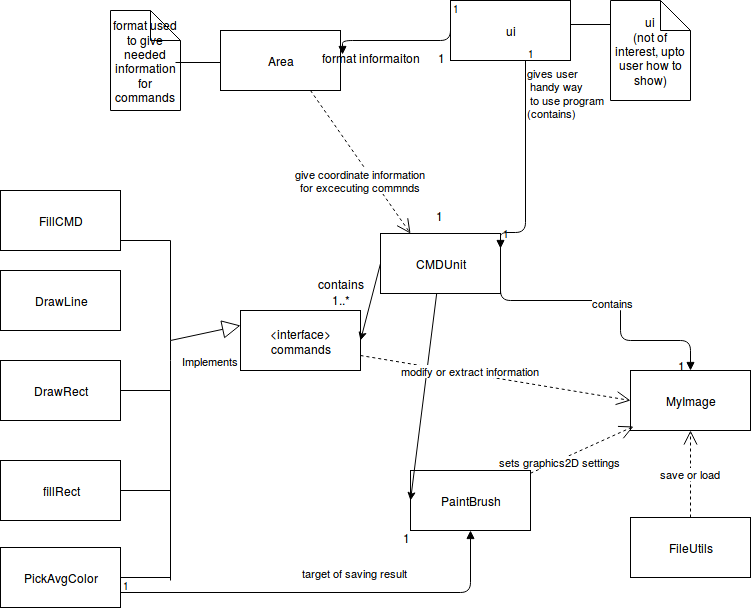
The draw.io diagram Documentation/Class-Diagram.png in kapistelijaKrisu/JavaPaint, before a commit. Source tidied: cells renumbered, new cells last; positions are measured from the earlier drawing's top-left corner, leaving out a move shared by most shapes.
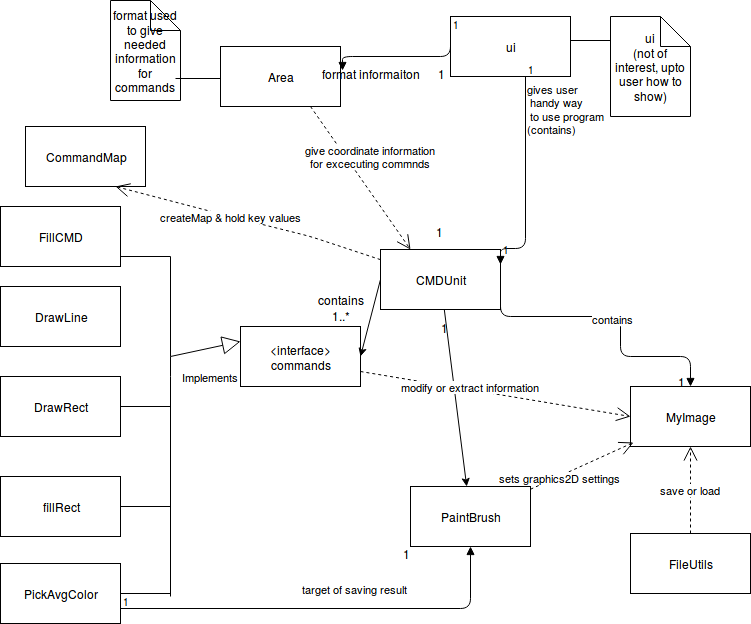
The same file after the commit.

Change to the diagram source:
```diff
@@ -33,7 +33,7 @@
     <mxCell id="8" value="PaintBrush" style="whiteSpace=wrap;html=1;" parent="1" vertex="1">
       <mxGeometry x="410" y="470" width="120" height="60" as="geometry" />
     </mxCell>
-    <mxCell id="9" style="endArrow=classic;html=1;entryX=0;entryY=0.5;" parent="1" edge="1" source="19" target="8">
+    <mxCell id="9" style="endArrow=classic;html=1;" parent="1" edge="1" source="19" target="8">
       <mxGeometry relative="1" as="geometry" />
     </mxCell>
     <mxCell id="10" style="endArrow=none;html=1;" parent="1" edge="1">
@@ -96,7 +96,7 @@
       <mxGeometry x="220" y="30" width="120" height="60" as="geometry" />
     </mxCell>
     <mxCell id="24" value="format used to give needed information for commands" style="shape=note;whiteSpace=wrap;html=1;" parent="1" vertex="1">
-      <mxGeometry x="110" y="10" width="70" height="100" as="geometry" />
+      <mxGeometry x="110" y="-16" width="70" height="100" as="geometry" />
     </mxCell>
     <mxCell id="25" style="line;html=1;strokeWidth=1;fillColor=none;align=left;verticalAlign=middle;spacingTop=-1;spacingLeft=3;spacingRight=3;labelPosition=right;" parent="1" vertex="1">
       <mxGeometry x="175" y="34" width="45" height="56" as="geometry" />
@@ -117,8 +117,8 @@
       <mxGeometry x="-0.45" y="-2" relative="1" as="geometry" />
     </mxCell>
     <mxCell id="31" value="give coordinate information &lt;br&gt;for excecuting commnds" style="endArrow=open;endSize=12;dashed=1;html=1;exitX=0.75;exitY=1;entryX=0.25;entryY=0;" parent="1" edge="1" source="23" target="19">
-      <mxGeometry x="0.17" y="-11" relative="1" as="geometry">
-        <mxPoint x="1" as="offset" />
+      <mxGeometry x="-0.14" y="21" relative="1" as="geometry">
+        <mxPoint y="1" as="offset" />
       </mxGeometry>
     </mxCell>
     <mxCell id="32" style="endArrow=block;endFill=1;html=1;edgeStyle=orthogonalEdgeStyle;align=left;verticalAlign=top;entryX=1.017;entryY=0.4;entryPerimeter=0;exitX=0;exitY=0.25;" parent="1" edge="1" source="2" target="23">
@@ -179,5 +179,19 @@
     <mxCell id="45" value="1" style="html=1;align=left;verticalAlign=bottom;labelBackgroundColor=#ffffff;fontSize=10;" parent="44" vertex="1">
       <mxGeometry x="-1" relative="1" as="geometry" />
     </mxCell>
+    <mxCell id="46" value="CommandMap" style="whiteSpace=wrap;html=1;" parent="1" vertex="1">
+      <mxGeometry x="25" y="110" width="120" height="60" as="geometry" />
+    </mxCell>
+    <mxCell id="47" value="createMap &amp;amp; hold key values" style="endArrow=open;endSize=12;dashed=1;html=1;entryX=0.75;entryY=1;" parent="1" edge="1" source="19" target="46">
+      <mxGeometry x="0.14" relative="1" as="geometry">
+        <Array as="points">
+          <mxPoint x="310" y="220" />
+          <mxPoint x="230" y="200" />
+        </Array>
+      </mxGeometry>
+    </mxCell>
+    <mxCell id="48" value="1" style="text;html=1;align=left;verticalAlign=top;spacingTop=-4;" parent="1" vertex="1">
+      <mxGeometry x="439" y="302" width="20" height="20" as="geometry" />
+    </mxCell>
   </root>
 </mxGraphModel>
```
